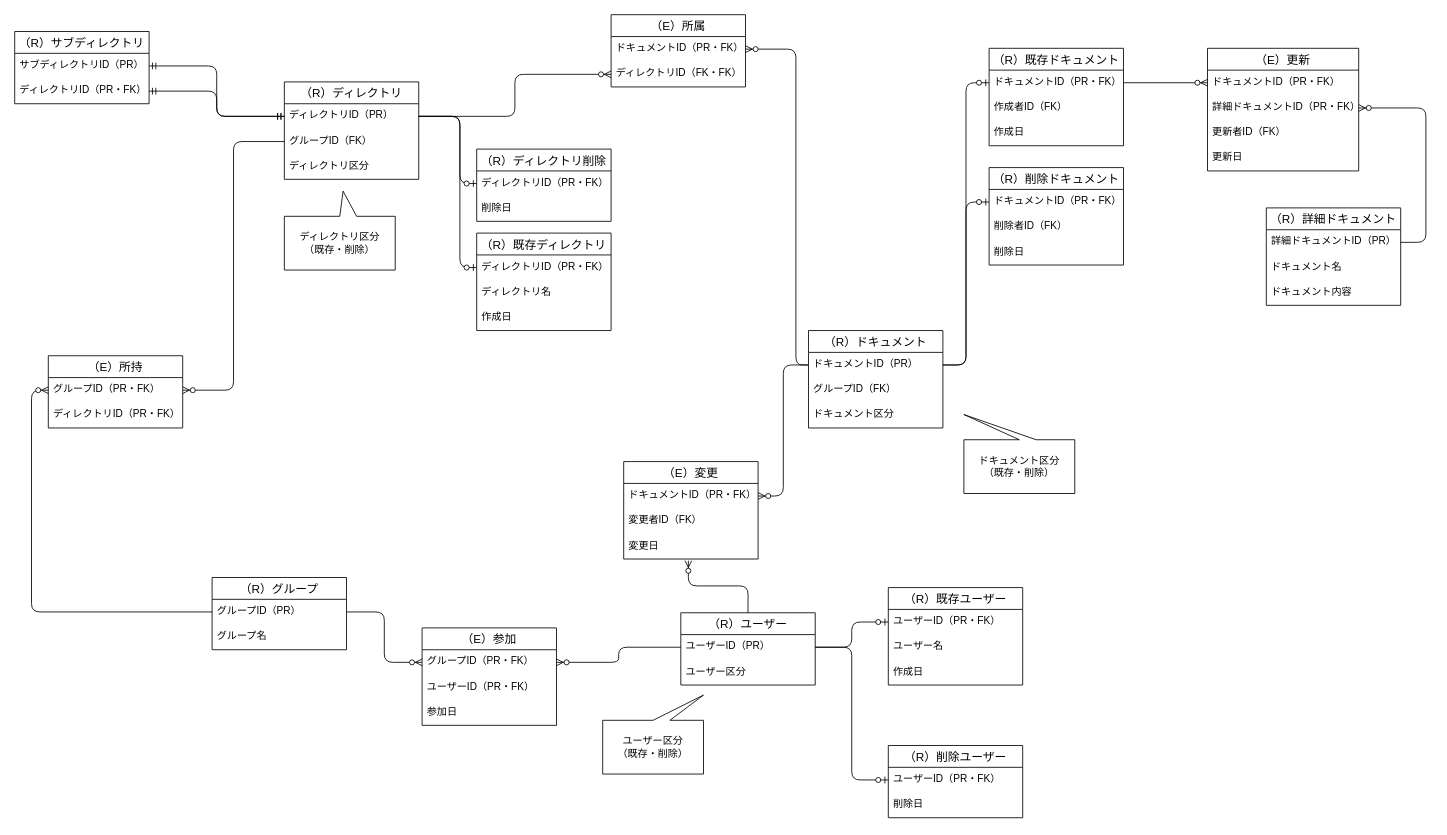
Earlier version of the draw.io diagram 01_データベース設計/03_DBモデリング3/01_課題1/document_management_system_01.dio (moritanuki/praha_challenge). Source tidied: cells renumbered, new cells numbered last; positions are measured from the earlier drawing's top-left corner, leaving out a move shared by most shapes. Both pictures are drawn from the tidied source at 84%, with x=0, y=0 at pixel (14, 14).
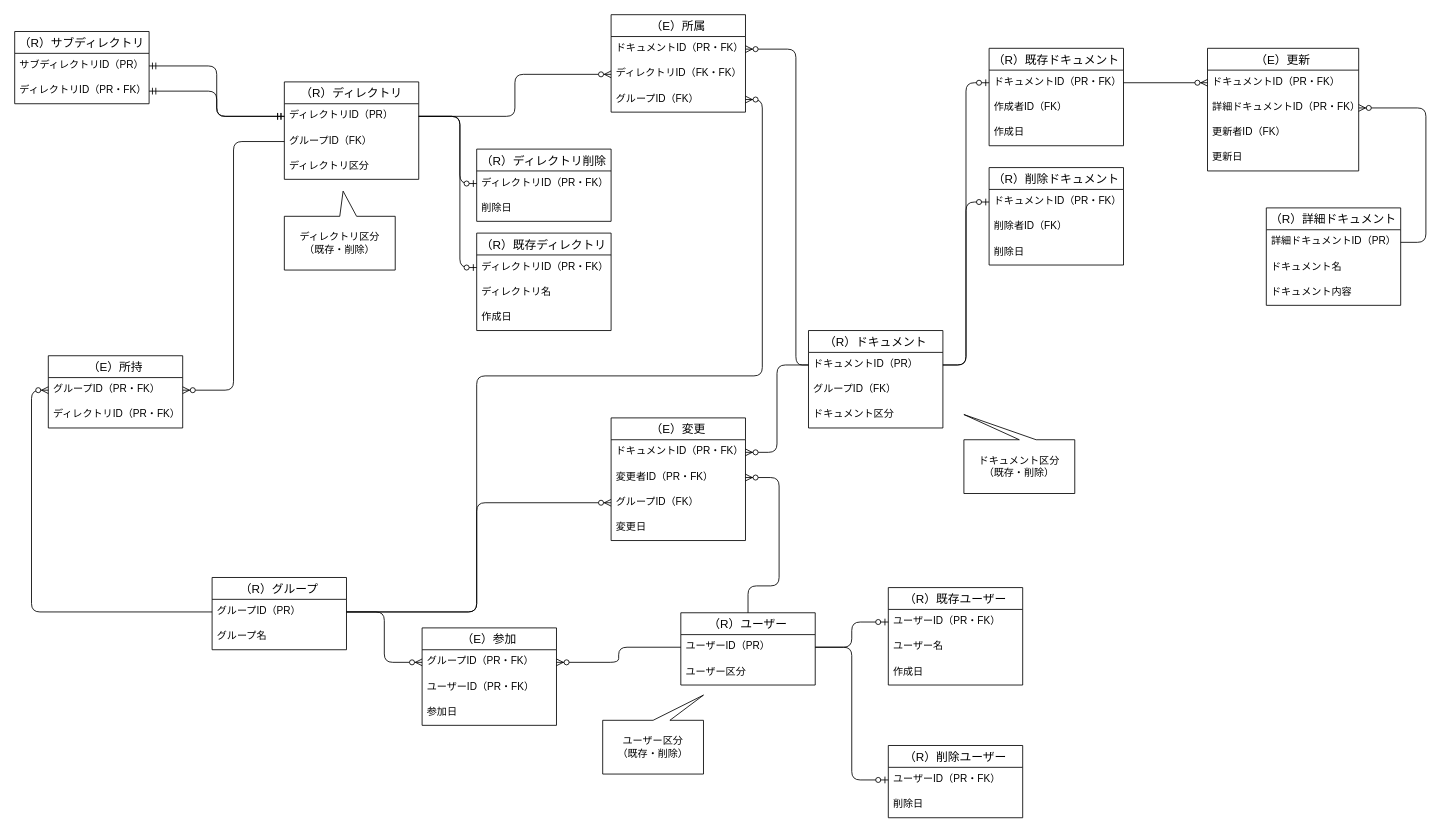
The same page after the edit.

Unchanged cells that the change refers to:
```xml
<mxCell id="3" value="グループID（PR）" style="text;strokeColor=none;fillColor=none;spacingLeft=4;spacingRight=4;overflow=hidden;points=[[0,0.5],[1,0.5]];portConstraint=eastwest;fontSize=12;" parent="2" vertex="1">
  <mxGeometry y="26" width="160" height="30" as="geometry" />
</mxCell>
<mxCell id="45" value="（R）ユーザー" style="swimlane;fontStyle=0;horizontal=1;startSize=26;align=center;fontSize=14;" parent="1" vertex="1">
  <mxGeometry x="793" y="712" width="160" height="86" as="geometry" />
</mxCell>
```

What changed in the source:
```diff
@@
     <mxCell id="37" value="（E）所属" style="swimlane;fontStyle=0;horizontal=1;startSize=26;align=center;fontSize=14;" parent="1" vertex="1">
-      <mxGeometry x="710" width="160" height="86" as="geometry" />
+      <mxGeometry x="710" width="160" height="116" as="geometry" />
     </mxCell>
@@
+    <mxCell id="85" value="グループID（FK）" style="text;strokeColor=none;fillColor=none;spacingLeft=4;spacingRight=4;overflow=hidden;points=[[0,0.5],[1,0.5]];portConstraint=eastwest;fontSize=12;" parent="37" vertex="1">
+      <mxGeometry y="86" width="160" height="30" as="geometry" />
+    </mxCell>
@@
     <mxCell id="72" value="（E）変更" style="swimlane;fontStyle=0;horizontal=1;startSize=26;align=center;fontSize=14;" parent="1" vertex="1">
-      <mxGeometry x="725" y="532" width="160" height="116" as="geometry" />
+      <mxGeometry x="710" y="480" width="160" height="146" as="geometry" />
     </mxCell>
@@
-    <mxCell id="74" value="変更者ID（FK）" style="text;strokeColor=none;fillColor=none;spacingLeft=4;spacingRight=4;overflow=hidden;points=[[0,0.5],[1,0.5]];portConstraint=eastwest;fontSize=12;" parent="72" vertex="1">
+    <mxCell id="74" value="変更者ID（PR・FK）" style="text;strokeColor=none;fillColor=none;spacingLeft=4;spacingRight=4;overflow=hidden;points=[[0,0.5],[1,0.5]];portConstraint=eastwest;fontSize=12;" parent="72" vertex="1">
       <mxGeometry y="56" width="160" height="30" as="geometry" />
     </mxCell>
+    <mxCell id="86" value="グループID（FK）" style="text;strokeColor=none;fillColor=none;spacingLeft=4;spacingRight=4;overflow=hidden;points=[[0,0.5],[1,0.5]];portConstraint=eastwest;fontSize=12;" parent="72" vertex="1">
+      <mxGeometry y="86" width="160" height="30" as="geometry" />
+    </mxCell>
     <mxCell id="75" value="変更日" style="text;strokeColor=none;fillColor=none;spacingLeft=4;spacingRight=4;overflow=hidden;points=[[0,0.5],[1,0.5]];portConstraint=eastwest;fontSize=12;" parent="72" vertex="1">
-      <mxGeometry y="86" width="160" height="30" as="geometry" />
+      <mxGeometry y="116" width="160" height="30" as="geometry" />
     </mxCell>
@@
-    <mxCell id="77" style="edgeStyle=orthogonalEdgeStyle;fontSize=12;html=1;endArrow=ERzeroToMany;endFill=1;entryX=0.481;entryY=1.067;entryDx=0;entryDy=0;exitX=0.5;exitY=0;exitDx=0;exitDy=0;entryPerimeter=0;" parent="1" edge="1" source="45" target="75">
+    <mxCell id="77" style="edgeStyle=orthogonalEdgeStyle;fontSize=12;html=1;endArrow=ERzeroToMany;endFill=1;entryX=1;entryY=0.5;entryDx=0;entryDy=0;exitX=0.5;exitY=0;exitDx=0;exitDy=0;" parent="1" edge="1" source="45" target="74">
       <mxGeometry relative="1" as="geometry">
         <Array as="points">
           <mxPoint x="873" y="680" />
-          <mxPoint x="802" y="680" />
+          <mxPoint x="910" y="680" />
+          <mxPoint x="910" y="551" />
         </Array>
       </mxGeometry>
     </mxCell>
@@
+    <mxCell id="87" style="edgeStyle=orthogonalEdgeStyle;fontSize=12;html=1;endArrow=ERzeroToMany;endFill=1;entryX=0;entryY=0.5;entryDx=0;entryDy=0;exitX=1;exitY=0.5;exitDx=0;exitDy=0;" parent="1" edge="1" source="3" target="86">
+      <mxGeometry relative="1" as="geometry">
+        <Array as="points">
+          <mxPoint x="550" y="711" />
+          <mxPoint x="550" y="581" />
+        </Array>
+      </mxGeometry>
+    </mxCell>
+    <mxCell id="88" style="edgeStyle=orthogonalEdgeStyle;fontSize=12;html=1;endArrow=ERzeroToMany;endFill=1;entryX=1;entryY=0.5;entryDx=0;entryDy=0;exitX=1;exitY=0.5;exitDx=0;exitDy=0;" parent="1" edge="1" source="3" target="85">
+      <mxGeometry relative="1" as="geometry">
+        <Array as="points">
+          <mxPoint x="550" y="711" />
+          <mxPoint x="550" y="430" />
+          <mxPoint x="890" y="430" />
+          <mxPoint x="890" y="101" />
+        </Array>
+      </mxGeometry>
+    </mxCell>
```
